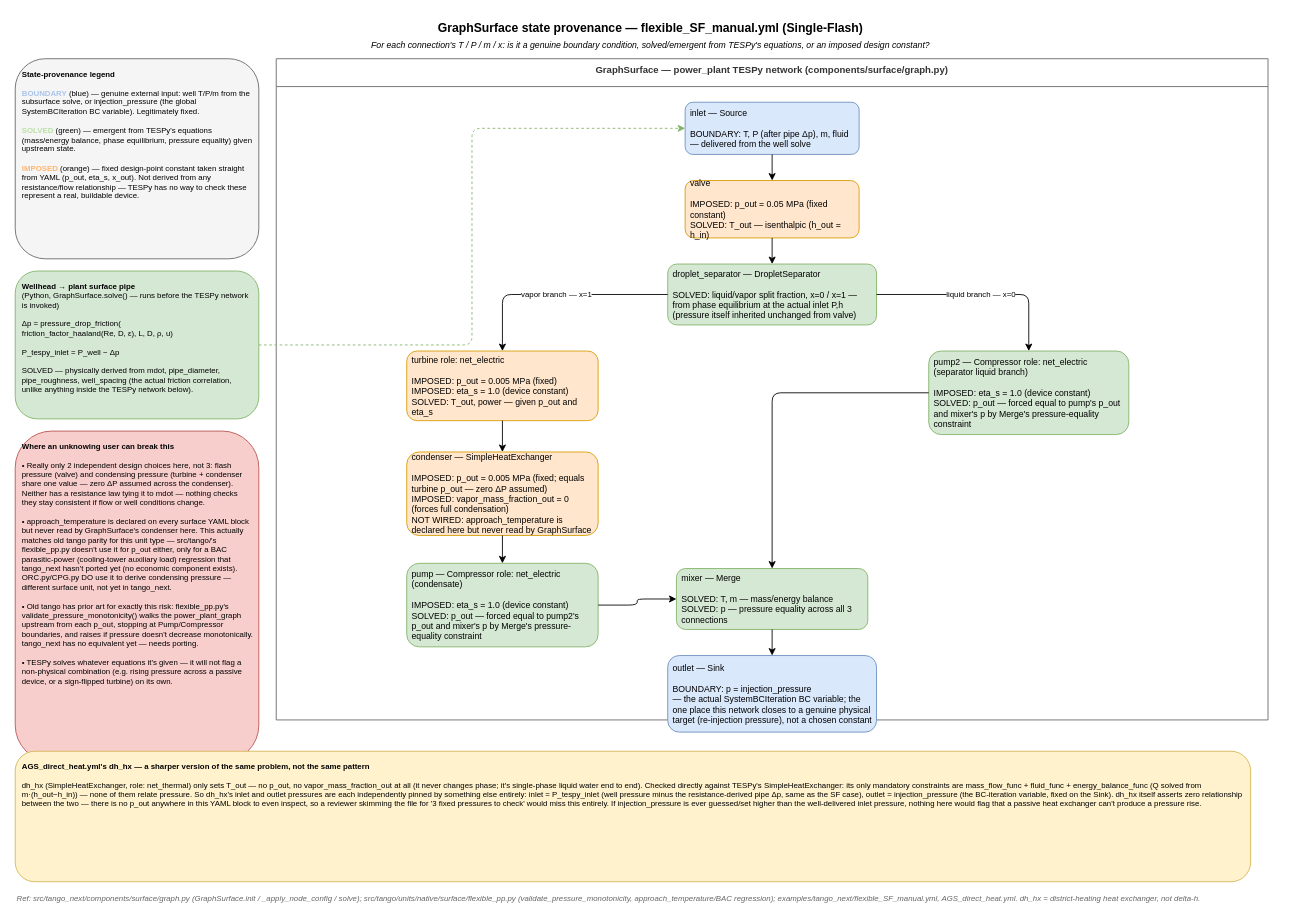
This is docs/diagrams/src/graph_surface_state_provenance.drawio from GEG-ETHZ/TANGO-core, a draw.io file, before an edit. Source tidied: cells renumbered, new cells numbered last; positions are measured from the earlier drawing's top-left corner, leaving out a move shared by most shapes. Both pictures are drawn from the tidied source at 87%, with x=0, y=0 at pixel (15, 15).
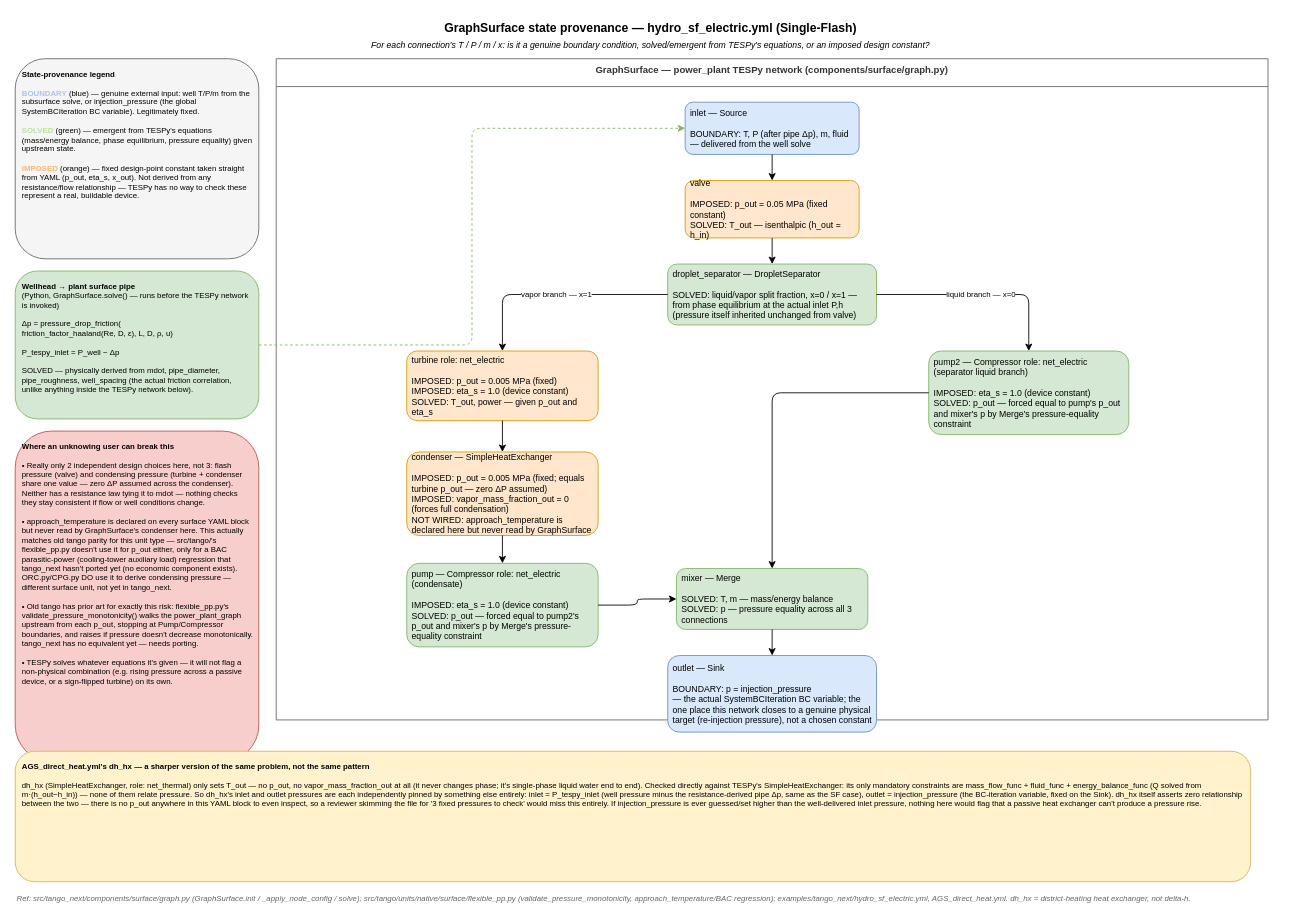
The same page after the edit.

Diff of the diagram source:
```diff
@@
-    <mxCell id="2" value="GraphSurface state provenance — flexible_SF_manual.yml (Single-Flash)" style="text;html=1;strokeColor=none;fillColor=none;align=center;fontSize=14;fontStyle=1;" parent="1" vertex="1">
+    <mxCell id="2" value="GraphSurface state provenance — hydro_sf_electric.yml (Single-Flash)" style="text;html=1;strokeColor=none;fillColor=none;align=center;fontSize=14;fontStyle=1;" parent="1" vertex="1">
       <mxGeometry width="1460" height="22" as="geometry" />
     </mxCell>
@@
-    <mxCell id="28" value="Ref: src/tango_next/components/surface/graph.py (GraphSurface.init / _apply_node_config / solve); src/tango/units/native/surface/flexible_pp.py (validate_pressure_monotonicity, approach_temperature/BAC regression); examples/tango_next/flexible_SF_manual.yml, AGS_direct_heat.yml. dh_hx = district-heating heat exchanger, not delta-h." style="text;html=1;strokeColor=none;fillColor=none;align=left;fontSize=9;fontStyle=2;fontColor=#666666;" parent="1" vertex="1">
+    <mxCell id="28" value="Ref: src/tango_next/components/surface/graph.py (GraphSurface.init / _apply_node_config / solve); src/tango/units/native/surface/flexible_pp.py (validate_pressure_monotonicity, approach_temperature/BAC regression); examples/tango_next/hydro_sf_electric.yml, AGS_direct_heat.yml. dh_hx = district-heating heat exchanger, not delta-h." style="text;html=1;strokeColor=none;fillColor=none;align=left;fontSize=9;fontStyle=2;fontColor=#666666;" parent="1" vertex="1">
       <mxGeometry y="1004" width="1440" height="18" as="geometry" />
     </mxCell>
```
